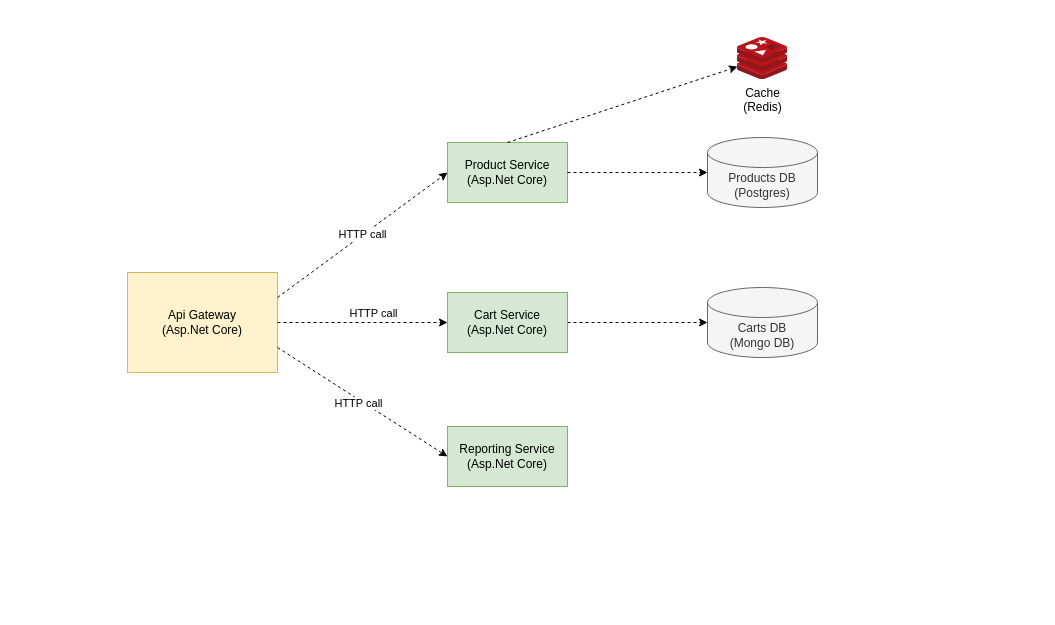
Earlier version of the draw.io diagram docs/C2 Diagram.drawio (GasyTek/observability). Source tidied: cells renumbered, new cells numbered last; positions are measured from the earlier drawing's top-left corner, leaving out a move shared by most shapes. Both pictures are drawn from the tidied source at 100%, with x=0, y=0 at pixel (127, 37).
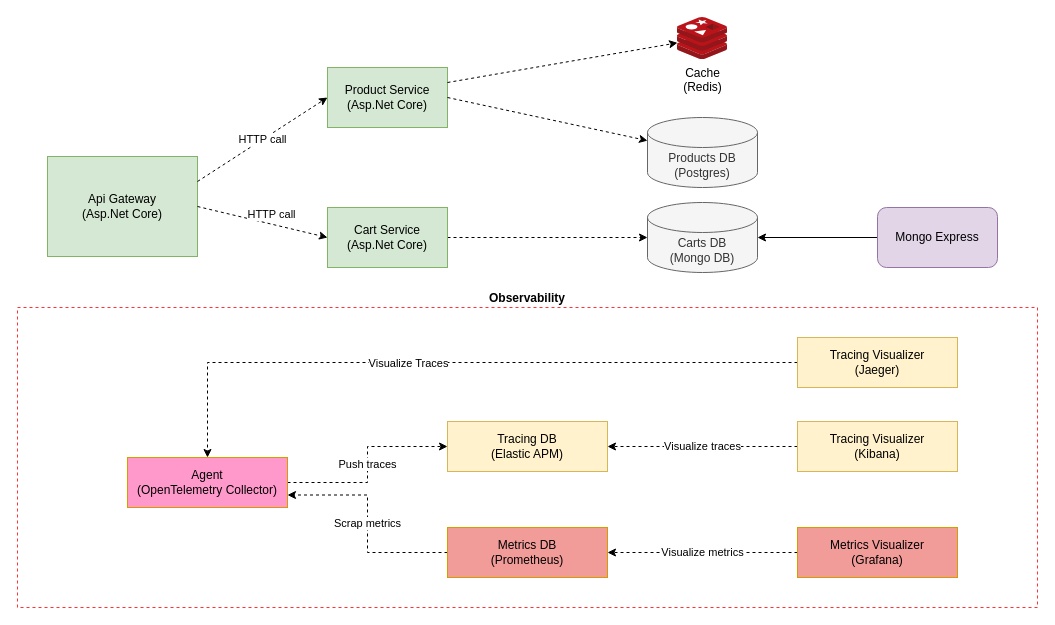
Above is the later version.

Diff of the diagram source:
```diff
@@
+    <mxCell id="17" value="Observability" style="rounded=0;whiteSpace=wrap;html=1;labelPosition=center;verticalLabelPosition=top;align=center;verticalAlign=bottom;fontStyle=1;dashed=1;fillColor=none;strokeColor=#FF3333;" parent="1" vertex="1">
+      <mxGeometry x="-110" y="270" width="1020" height="300" as="geometry" />
+    </mxCell>
-    <mxCell id="2" value="Api Gateway&lt;br&gt;(Asp.Net Core)" style="rounded=0;whiteSpace=wrap;html=1;fillColor=#fff2cc;strokeColor=#d6b656;" parent="1" vertex="1">
-      <mxGeometry y="235" width="150" height="100" as="geometry" />
+    <mxCell id="2" value="Api Gateway&lt;br&gt;(Asp.Net Core)" style="rounded=0;whiteSpace=wrap;html=1;fillColor=#d5e8d4;strokeColor=#82b366;" parent="1" vertex="1">
+      <mxGeometry x="-80" y="119" width="150" height="100" as="geometry" />
     </mxCell>
     <mxCell id="3" value="Product Service&lt;br&gt;(Asp.Net Core)" style="rounded=0;whiteSpace=wrap;html=1;fillColor=#d5e8d4;strokeColor=#82b366;" parent="1" vertex="1">
-      <mxGeometry x="320" y="105" width="120" height="60" as="geometry" />
+      <mxGeometry x="200" y="30" width="120" height="60" as="geometry" />
     </mxCell>
@@
     <mxCell id="5" value="Cart Service&lt;br&gt;(Asp.Net Core)" style="rounded=0;whiteSpace=wrap;html=1;fillColor=#d5e8d4;strokeColor=#82b366;" parent="1" vertex="1">
-      <mxGeometry x="320" y="255" width="120" height="60" as="geometry" />
+      <mxGeometry x="200" y="170" width="120" height="60" as="geometry" />
     </mxCell>
-    <mxCell id="6" value="Reporting Service&lt;br&gt;(Asp.Net Core)" style="rounded=0;whiteSpace=wrap;html=1;fillColor=#d5e8d4;strokeColor=#82b366;" parent="1" vertex="1">
-      <mxGeometry x="320" y="389" width="120" height="60" as="geometry" />
-    </mxCell>
     <mxCell id="7" value="Carts DB&lt;br&gt;(Mongo DB)" style="shape=cylinder3;whiteSpace=wrap;html=1;boundedLbl=1;backgroundOutline=1;size=15;fillColor=#f5f5f5;fontColor=#333333;strokeColor=#666666;" parent="1" vertex="1">
-      <mxGeometry x="580" y="250" width="110" height="70" as="geometry" />
+      <mxGeometry x="520" y="165" width="110" height="70" as="geometry" />
     </mxCell>
     <mxCell id="8" value="Products DB&lt;br&gt;(Postgres)" style="shape=cylinder3;whiteSpace=wrap;html=1;boundedLbl=1;backgroundOutline=1;size=15;fillColor=#f5f5f5;fontColor=#333333;strokeColor=#666666;" parent="1" vertex="1">
-      <mxGeometry x="580" y="100" width="110" height="70" as="geometry" />
+      <mxGeometry x="520" y="80" width="110" height="70" as="geometry" />
     </mxCell>
@@
-    <mxCell id="12" style="endArrow=classic;html=1;rounded=0;exitX=1;exitY=0.75;exitDx=0;exitDy=0;entryX=0;entryY=0.5;entryDx=0;entryDy=0;dashed=1;" parent="1" edge="1" source="2" target="6">
-      <mxGeometry relative="1" as="geometry" />
-    </mxCell>
-    <mxCell id="13" value="HTTP call" style="edgeLabel;html=1;align=center;verticalAlign=middle;" parent="12" vertex="1">
-      <mxGeometry x="-0.15" y="-2" relative="1" as="geometry">
-        <mxPoint x="9" y="7" as="offset" />
-      </mxGeometry>
-    </mxCell>
@@
     <mxCell id="15" value="Cache&lt;br&gt;(Redis)" style="image;sketch=0;html=1;points=[];align=center;fontSize=12;image=img/lib/mscae/Cache_Redis_Product.svg;" parent="1" vertex="1">
-      <mxGeometry x="610" width="50" height="42" as="geometry" />
+      <mxGeometry x="550" y="-20" width="50" height="42" as="geometry" />
     </mxCell>
-    <mxCell id="16" style="endArrow=classic;html=1;rounded=0;exitX=0.5;exitY=0;exitDx=0;exitDy=0;dashed=1;" parent="1" edge="1" source="3" target="15">
+    <mxCell id="16" style="endArrow=classic;html=1;rounded=0;exitX=1;exitY=0.25;exitDx=0;exitDy=0;dashed=1;" parent="1" edge="1" source="3" target="15">
       <mxGeometry relative="1" as="geometry" />
     </mxCell>
+    <mxCell id="18" style="edgeStyle=orthogonalEdgeStyle;rounded=0;jettySize=auto;html=1;" parent="1" edge="1" source="19" target="7">
+      <mxGeometry relative="1" as="geometry" />
+    </mxCell>
+    <mxCell id="19" value="Mongo Express" style="rounded=1;whiteSpace=wrap;html=1;fillColor=#e1d5e7;strokeColor=#9673a6;" parent="1" vertex="1">
+      <mxGeometry x="750" y="170" width="120" height="60" as="geometry" />
+    </mxCell>
+    <mxCell id="20" value="Push traces" style="edgeStyle=orthogonalEdgeStyle;rounded=0;jettySize=auto;html=1;entryX=0;entryY=0.5;entryDx=0;entryDy=0;dashed=1;" parent="1" edge="1" source="21" target="25">
+      <mxGeometry relative="1" as="geometry" />
+    </mxCell>
+    <mxCell id="21" value="Agent&lt;br&gt;(OpenTelemetry Collector)" style="rounded=0;whiteSpace=wrap;html=1;fillColor=#FF99CC;strokeColor=#d79b00;" parent="1" vertex="1">
+      <mxGeometry y="420" width="160" height="50" as="geometry" />
+    </mxCell>
+    <mxCell id="22" style="edgeStyle=orthogonalEdgeStyle;rounded=0;jettySize=auto;html=1;dashed=1;" parent="1" edge="1" source="24" target="21">
+      <mxGeometry relative="1" as="geometry" />
+    </mxCell>
+    <mxCell id="23" value="Visualize Traces" style="edgeLabel;html=1;align=center;verticalAlign=middle;" parent="22" vertex="1">
+      <mxGeometry x="0.14" relative="1" as="geometry" />
+    </mxCell>
+    <mxCell id="24" value="Tracing Visualizer&lt;br&gt;(Jaeger)" style="rounded=0;whiteSpace=wrap;html=1;fillColor=#fff2cc;strokeColor=#d6b656;" parent="1" vertex="1">
+      <mxGeometry x="670" y="300" width="160" height="50" as="geometry" />
+    </mxCell>
+    <mxCell id="25" value="Tracing DB&lt;br&gt;(Elastic APM)" style="rounded=0;whiteSpace=wrap;html=1;fillColor=#fff2cc;strokeColor=#d6b656;" parent="1" vertex="1">
+      <mxGeometry x="320" y="384" width="160" height="50" as="geometry" />
+    </mxCell>
+    <mxCell id="26" value="Visualize metrics" style="edgeStyle=orthogonalEdgeStyle;rounded=0;jettySize=auto;html=1;dashed=1;" parent="1" edge="1" source="27" target="29">
+      <mxGeometry relative="1" as="geometry" />
+    </mxCell>
+    <mxCell id="27" value="Metrics Visualizer&lt;br&gt;(Grafana)" style="rounded=0;whiteSpace=wrap;html=1;fillColor=#F19C99;strokeColor=#d79b00;" parent="1" vertex="1">
+      <mxGeometry x="670" y="490" width="160" height="50" as="geometry" />
+    </mxCell>
+    <mxCell id="28" value="Scrap metrics" style="edgeStyle=orthogonalEdgeStyle;rounded=0;jettySize=auto;html=1;entryX=1;entryY=0.75;entryDx=0;entryDy=0;dashed=1;" parent="1" edge="1" source="29" target="21">
+      <mxGeometry relative="1" as="geometry" />
+    </mxCell>
+    <mxCell id="29" value="Metrics DB&lt;br&gt;(Prometheus)" style="rounded=0;whiteSpace=wrap;html=1;fillColor=#F19C99;strokeColor=#d79b00;" parent="1" vertex="1">
+      <mxGeometry x="320" y="490" width="160" height="50" as="geometry" />
+    </mxCell>
+    <mxCell id="30" value="Visualize traces" style="edgeStyle=orthogonalEdgeStyle;rounded=0;jettySize=auto;html=1;entryX=1;entryY=0.5;entryDx=0;entryDy=0;dashed=1;" parent="1" edge="1" source="31" target="25">
+      <mxGeometry relative="1" as="geometry" />
+    </mxCell>
+    <mxCell id="31" value="Tracing Visualizer&lt;br&gt;(Kibana)" style="rounded=0;whiteSpace=wrap;html=1;fillColor=#fff2cc;strokeColor=#d6b656;" parent="1" vertex="1">
+      <mxGeometry x="670" y="384" width="160" height="50" as="geometry" />
+    </mxCell>
```
